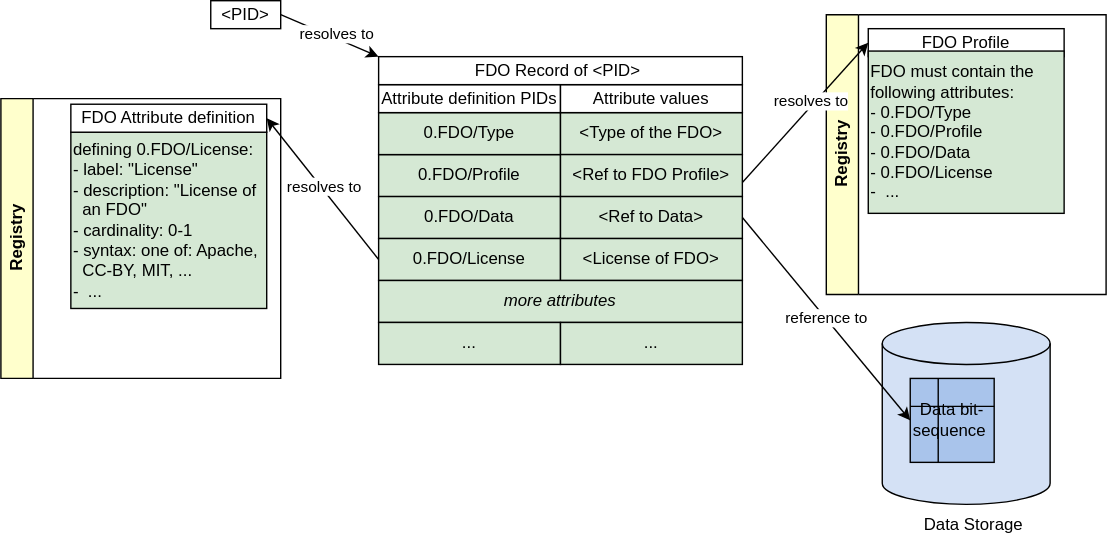
maximiliani/fdo-architecture-spec keeps this draw.io diagram as preview/dev/img/FDO-basic-concept.svg. Above is the earlier version. Source tidied: cells renumbered, new cells last; positions are measured from the earlier drawing's top-left corner, leaving out a move shared by most shapes.
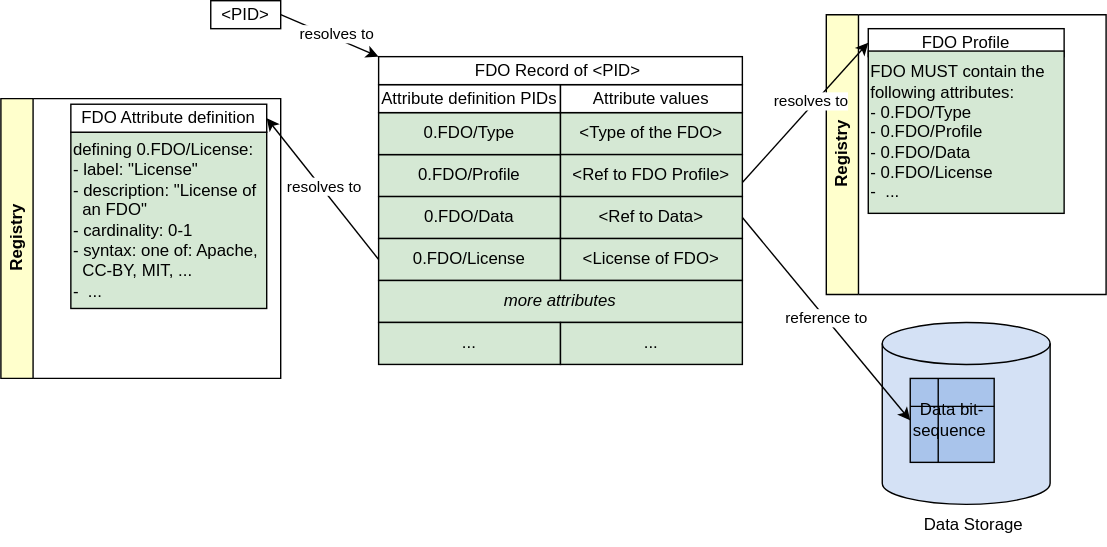
The same diagram one commit later.

The edit, as a diff of the source:
```diff
@@ -90,7 +90,7 @@
     <mxCell id="29" value="FDO Profile" style="rounded=0;whiteSpace=wrap;html=1;" parent="28" vertex="1">
       <mxGeometry x="30" y="10" width="140" height="20" as="geometry" />
     </mxCell>
-    <mxCell id="30" value="FDO must contain the following attributes:&lt;br&gt;- 0.FDO/Type&lt;br&gt;&lt;div style=&quot;&quot;&gt;&lt;span style=&quot;background-color: initial;&quot;&gt;- 0.FDO/Profile&lt;/span&gt;&lt;/div&gt;- 0.FDO/Data&lt;br&gt;- 0.FDO/License&lt;br&gt;-&amp;nbsp; ..." style="rounded=0;whiteSpace=wrap;html=1;fillColor=#D5E8D4;strokeColor=#000000;align=left;" parent="28" vertex="1">
+    <mxCell id="30" value="FDO MUST contain the following attributes:&lt;br&gt;- 0.FDO/Type&lt;br&gt;&lt;div style=&quot;&quot;&gt;&lt;span style=&quot;background-color: initial;&quot;&gt;- 0.FDO/Profile&lt;/span&gt;&lt;/div&gt;- 0.FDO/Data&lt;br&gt;- 0.FDO/License&lt;br&gt;-&amp;nbsp; ..." style="rounded=0;whiteSpace=wrap;html=1;fillColor=#D5E8D4;strokeColor=#000000;align=left;" parent="28" vertex="1">
       <mxGeometry x="30" y="26" width="140" height="116" as="geometry" />
     </mxCell>
     <mxCell id="31" style="endArrow=classic;html=1;rounded=0;entryX=0;entryY=0.5;entryDx=0;entryDy=0;" parent="1" edge="1" target="29">
```
